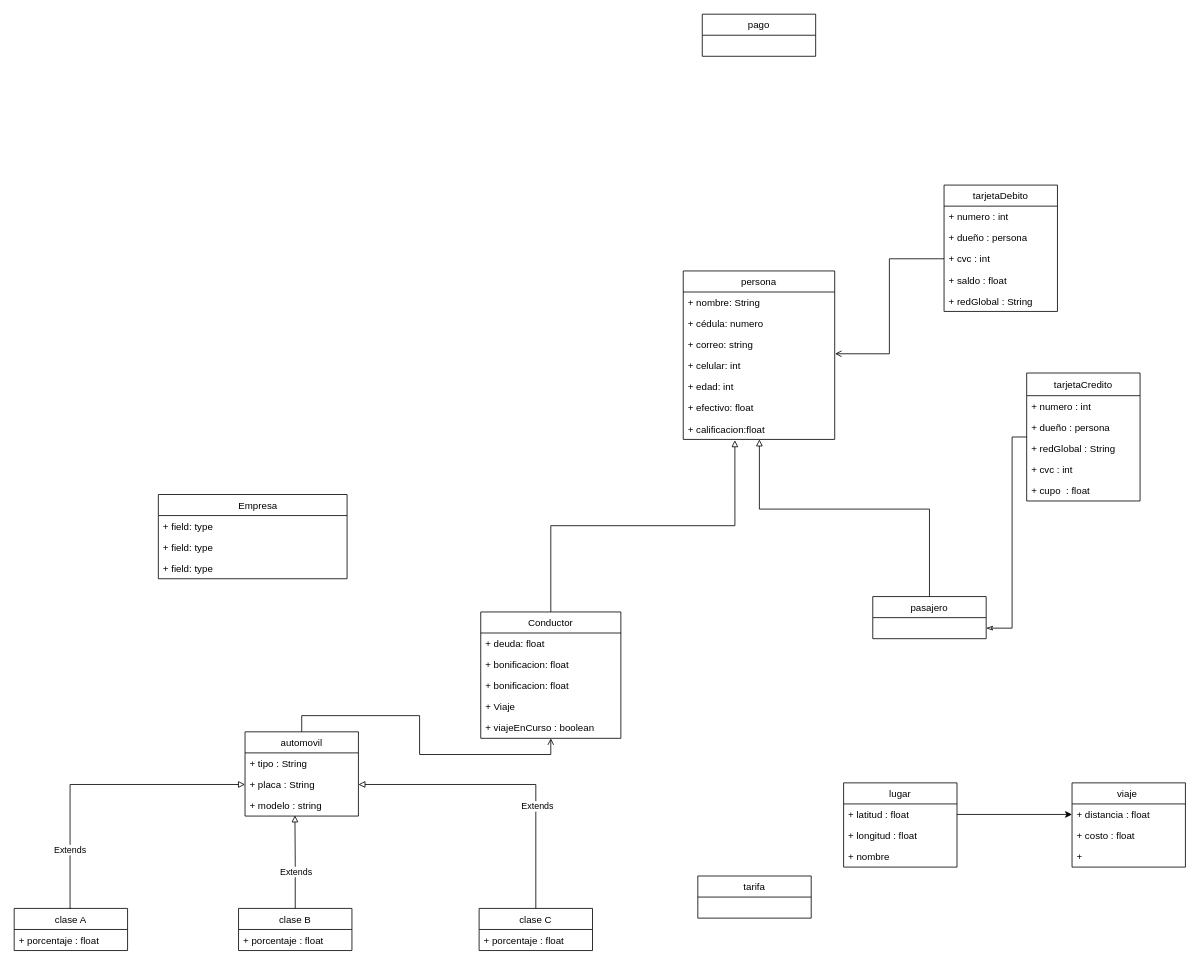
DPOO2022-1-SEC04-G08/Taller2 keeps this draw.io diagram as Untitled Diagram.drawio. Above is the earlier version. Source tidied: cells renumbered, new cells numbered last; positions are measured from the earlier drawing's top-left corner, leaving out a move shared by most shapes. Both pictures are drawn from the tidied source at 81%, with x=0, y=0 at pixel (14, 14).
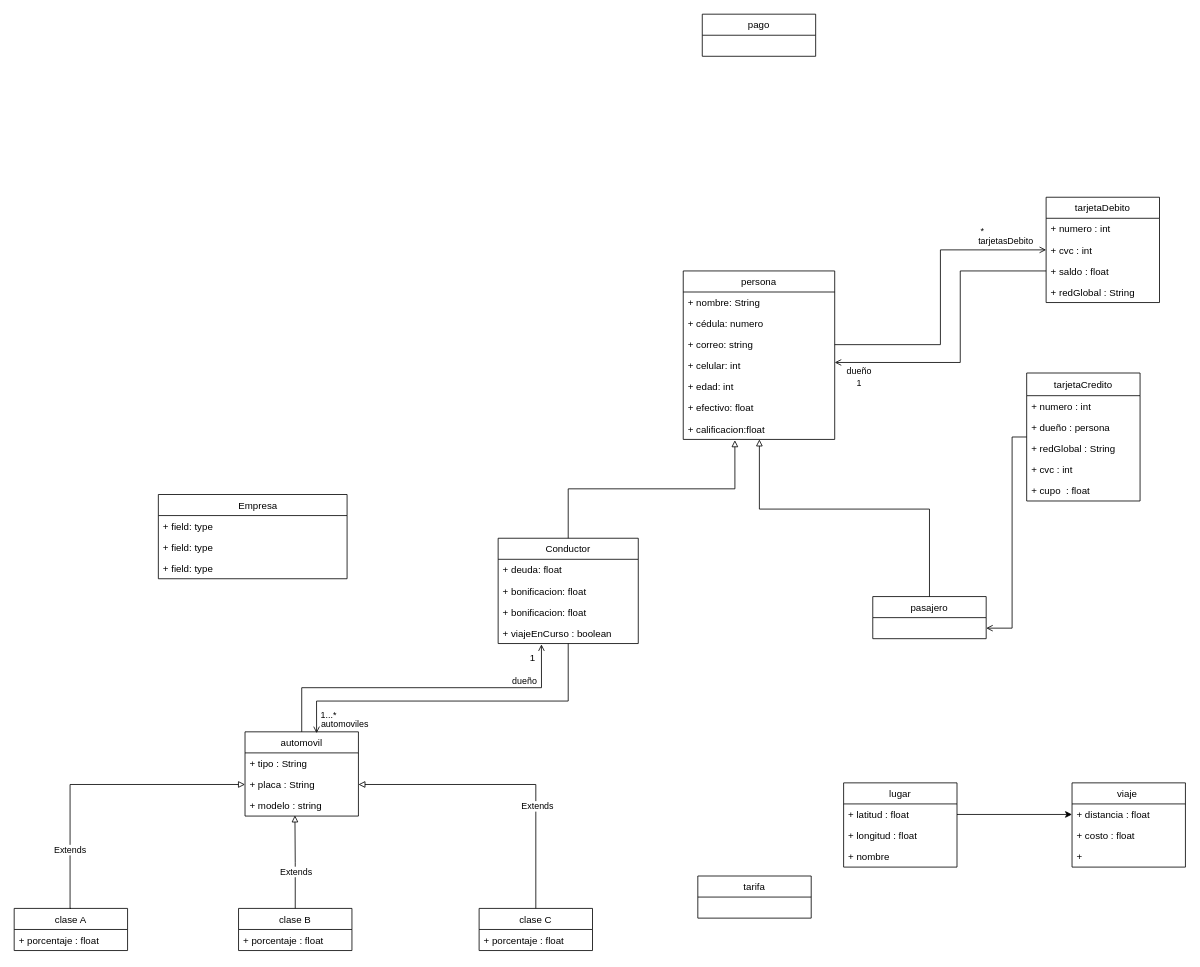
After the change.

Unchanged cells that the change refers to:
```xml
<mxCell id="9" value="+ correo: string" style="text;strokeColor=none;fillColor=none;align=left;verticalAlign=top;spacingLeft=4;spacingRight=4;overflow=hidden;points=[[0,0.5],[1,0.5]];portConstraint=eastwest;" parent="6" vertex="1">
  <mxGeometry y="78" width="187" height="26" as="geometry" />
</mxCell>
<mxCell id="10" value="+ celular: int" style="text;strokeColor=none;fillColor=none;align=left;verticalAlign=top;spacingLeft=4;spacingRight=4;overflow=hidden;points=[[0,0.5],[1,0.5]];portConstraint=eastwest;" parent="6" vertex="1">
  <mxGeometry y="104" width="187" height="26" as="geometry" />
</mxCell>
<mxCell id="17" value="tarjetaCredito" style="swimlane;fontStyle=0;horizontal=1;startSize=28;fillColor=none;" parent="1" vertex="1">
  <mxGeometry x="1250" y="443" width="140" height="158" as="geometry" />
</mxCell>
<mxCell id="36" value="automovil" style="swimlane;fontStyle=0;horizontal=1;startSize=26;fillColor=none;" parent="1" vertex="1">
  <mxGeometry x="285" y="886" width="140" height="104" as="geometry" />
</mxCell>
```

The edit, as a diff of the source:
```diff
@@
-    <mxCell id="16" style="edgeStyle=orthogonalEdgeStyle;rounded=0;jettySize=auto;html=1;entryX=1;entryY=0.5;entryDx=0;entryDy=0;endArrow=classicThin;endFill=0;" parent="1" edge="1" source="17">
+    <mxCell id="16" style="edgeStyle=orthogonalEdgeStyle;rounded=0;jettySize=auto;html=1;entryX=1;entryY=0.5;entryDx=0;entryDy=0;endArrow=open;endFill=0;" parent="1" edge="1" source="17">
       <mxGeometry relative="1" as="geometry">
         <mxPoint x="1200" y="758" as="targetPoint" />
         <Array as="points">
           <mxPoint x="1232" y="522" />
           <mxPoint x="1232" y="758" />
         </Array>
       </mxGeometry>
     </mxCell>
@@
+    <mxCell id="66" style="edgeStyle=orthogonalEdgeStyle;rounded=0;jettySize=auto;html=1;entryX=0.631;entryY=0.016;entryDx=0;entryDy=0;endArrow=open;endFill=0;entryPerimeter=0;" parent="1" edge="1" source="24" target="36">
+      <mxGeometry relative="1" as="geometry">
+        <Array as="points">
+          <mxPoint x="684" y="848" />
+          <mxPoint x="373" y="848" />
+        </Array>
+      </mxGeometry>
+    </mxCell>
+    <mxCell id="67" value="automoviles&lt;br&gt;" style="edgeLabel;html=1;align=center;verticalAlign=middle;" parent="66" vertex="1">
+      <mxGeometry x="0.6" y="2" relative="1" as="geometry">
+        <mxPoint x="-11" y="26" as="offset" />
+      </mxGeometry>
+    </mxCell>
+    <mxCell id="68" value="1...*" style="edgeLabel;html=1;align=center;verticalAlign=middle;" parent="66" vertex="1">
+      <mxGeometry x="0.85" relative="1" as="geometry">
+        <mxPoint x="14" y="8" as="offset" />
+      </mxGeometry>
+    </mxCell>
     <mxCell id="24" value="Conductor" style="swimlane;fontStyle=0;horizontal=1;startSize=26;fillColor=none;" parent="1" vertex="1">
-      <mxGeometry x="576" y="738" width="173" height="156" as="geometry" />
+      <mxGeometry x="597.5" y="647" width="173" height="130" as="geometry" />
     </mxCell>
@@
-    <mxCell id="28" value="+ Viaje" style="text;strokeColor=none;fillColor=none;align=left;verticalAlign=top;spacingLeft=4;spacingRight=4;overflow=hidden;" parent="24" vertex="1">
-      <mxGeometry y="104" width="173" height="26" as="geometry" />
-    </mxCell>
     <mxCell id="29" value="+ viajeEnCurso : boolean" style="text;strokeColor=none;fillColor=none;align=left;verticalAlign=top;spacingLeft=4;spacingRight=4;overflow=hidden;points=[[0,0.5],[1,0.5]];portConstraint=eastwest;" parent="24" vertex="1">
-      <mxGeometry y="130" width="173" height="26" as="geometry" />
+      <mxGeometry y="104" width="173" height="26" as="geometry" />
     </mxCell>
@@
-    <mxCell id="35" style="edgeStyle=orthogonalEdgeStyle;rounded=0;jettySize=auto;html=1;exitX=0.5;exitY=0;exitDx=0;exitDy=0;entryX=0.5;entryY=1;entryDx=0;entryDy=0;endArrow=open;endFill=0;strokeWidth=1;" parent="1" edge="1" source="36" target="24">
+    <mxCell id="35" style="edgeStyle=orthogonalEdgeStyle;rounded=0;jettySize=auto;html=1;exitX=0.5;exitY=0;exitDx=0;exitDy=0;entryX=0.309;entryY=1.038;entryDx=0;entryDy=0;endArrow=open;endFill=0;strokeWidth=1;entryPerimeter=0;" parent="1" edge="1" source="36" target="29">
       <mxGeometry relative="1" as="geometry" />
     </mxCell>
+    <mxCell id="69" value="dueño" style="edgeLabel;html=1;align=center;verticalAlign=middle;" parent="35" vertex="1">
+      <mxGeometry x="0.27" y="-1" relative="1" as="geometry">
+        <mxPoint x="72" y="-10" as="offset" />
+      </mxGeometry>
+    </mxCell>
@@
     <mxCell id="52" value="tarjetaDebito" style="swimlane;fontStyle=0;horizontal=1;startSize=26;fillColor=none;" parent="1" vertex="1">
-      <mxGeometry x="1148" y="211" width="140" height="156" as="geometry" />
+      <mxGeometry x="1274" y="226" width="140" height="130" as="geometry" />
     </mxCell>
@@
-    <mxCell id="54" value="+ dueño : persona" style="text;strokeColor=none;fillColor=none;align=left;verticalAlign=top;spacingLeft=4;spacingRight=4;overflow=hidden;" parent="52" vertex="1">
-      <mxGeometry y="52" width="140" height="26" as="geometry" />
-    </mxCell>
     <mxCell id="55" value="+ cvc : int " style="text;strokeColor=none;fillColor=none;align=left;verticalAlign=top;spacingLeft=4;spacingRight=4;overflow=hidden;points=[[0,0.5],[1,0.5]];portConstraint=eastwest;" parent="52" vertex="1">
-      <mxGeometry y="78" width="140" height="26" as="geometry" />
+      <mxGeometry y="52" width="140" height="26" as="geometry" />
     </mxCell>
     <mxCell id="56" value="+ saldo : float" style="text;strokeColor=none;fillColor=none;align=left;verticalAlign=top;spacingLeft=4;spacingRight=4;overflow=hidden;points=[[0,0.5],[1,0.5]];portConstraint=eastwest;" parent="52" vertex="1">
-      <mxGeometry y="104" width="140" height="26" as="geometry" />
+      <mxGeometry y="78" width="140" height="26" as="geometry" />
     </mxCell>
     <mxCell id="57" value="+ redGlobal : String" style="text;strokeColor=none;fillColor=none;align=left;verticalAlign=top;spacingLeft=4;spacingRight=4;overflow=hidden;" parent="52" vertex="1">
-      <mxGeometry y="130" width="140" height="26" as="geometry" />
+      <mxGeometry y="104" width="140" height="26" as="geometry" />
     </mxCell>
@@
-    <mxCell id="59" style="edgeStyle=orthogonalEdgeStyle;rounded=0;jettySize=auto;html=1;entryX=1.002;entryY=-0.067;entryDx=0;entryDy=0;entryPerimeter=0;endArrow=open;endFill=0;strokeWidth=1;" parent="1" edge="1" source="55" target="10">
-      <mxGeometry relative="1" as="geometry" />
-    </mxCell>
@@
+    <mxCell id="70" value="1&lt;br&gt;" style="text;html=1;align=center;verticalAlign=middle;strokeColor=none;fillColor=none;" parent="1" vertex="1">
+      <mxGeometry x="631" y="786" width="17" height="18" as="geometry" />
+    </mxCell>
@@
+    <mxCell id="71" style="edgeStyle=orthogonalEdgeStyle;rounded=0;jettySize=auto;html=1;exitX=1;exitY=0.5;exitDx=0;exitDy=0;entryX=0;entryY=0.5;entryDx=0;entryDy=0;endArrow=open;endFill=0;" parent="1" edge="1" source="9" target="55">
+      <mxGeometry relative="1" as="geometry" />
+    </mxCell>
+    <mxCell id="72" value="tarjetasDebito&lt;br&gt;" style="edgeLabel;html=1;align=center;verticalAlign=middle;" parent="71" vertex="1">
+      <mxGeometry x="0.54" y="-3" relative="1" as="geometry">
+        <mxPoint x="36" y="-15" as="offset" />
+      </mxGeometry>
+    </mxCell>
+    <mxCell id="73" value="*" style="edgeLabel;html=1;align=center;verticalAlign=middle;" parent="71" vertex="1">
+      <mxGeometry x="0.87" y="-2" relative="1" as="geometry">
+        <mxPoint x="-55" y="-26" as="offset" />
+      </mxGeometry>
+    </mxCell>
+    <mxCell id="74" style="edgeStyle=orthogonalEdgeStyle;rounded=0;jettySize=auto;html=1;exitX=0;exitY=0.5;exitDx=0;exitDy=0;endArrow=open;endFill=0;" parent="1" edge="1" source="56">
+      <mxGeometry relative="1" as="geometry">
+        <mxPoint x="1013" y="430" as="targetPoint" />
+        <Array as="points">
+          <mxPoint x="1168" y="317" />
+          <mxPoint x="1168" y="430" />
+          <mxPoint x="1013" y="430" />
+        </Array>
+      </mxGeometry>
+    </mxCell>
+    <mxCell id="75" value="dueño&lt;br&gt;1" style="edgeLabel;html=1;align=center;verticalAlign=middle;" parent="74" vertex="1">
+      <mxGeometry x="0.84" y="2" relative="1" as="geometry">
+        <mxPoint x="-1" y="15" as="offset" />
+      </mxGeometry>
+    </mxCell>
```
